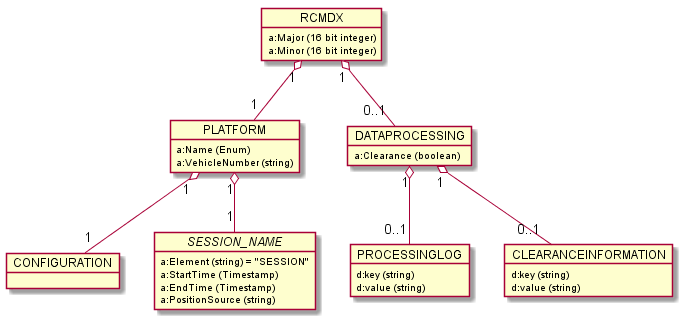
Above: images/generated/rcmdx_root_group.png in OpenRailAssociation/rcm-dx (PlantUML), before the change.
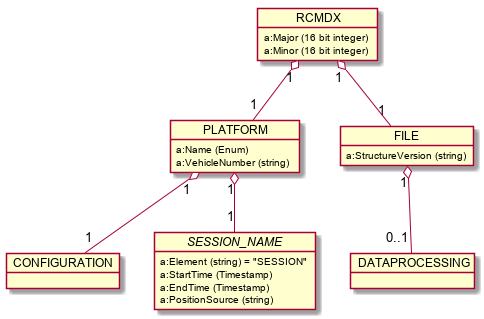
After the change.

The edit, as a diff of the source:
```diff
@@ -9,25 +9,16 @@
     a:Name (Enum)
     a:VehicleNumber (string)
   }
-
   RCMDX "1" o-- "1" PLATFORM
 
+  object FILE {
+    a:StructureVersion (string)
+  }
+  RCMDX "1" o-- "1" FILE
+
   object DATAPROCESSING {
-    a:Clearance (boolean)
   }
-  RCMDX "1" o-- "0..1" DATAPROCESSING
-
- object PROCESSINGLOG {
-    d:key (string)
-    d:value (string)
-  }
-  DATAPROCESSING "1" o-- "0..1" PROCESSINGLOG
-
-  object CLEARANCEINFORMATION {
-    d:key (string)
-    d:value (string)
-  }
-  DATAPROCESSING "1" o-- "0..1" CLEARANCEINFORMATION
+  FILE "1" o-- "0..1" DATAPROCESSING
 
   object "CONFIGURATION" as platform_config
   PLATFORM "1" o-- "1" platform_config
```
